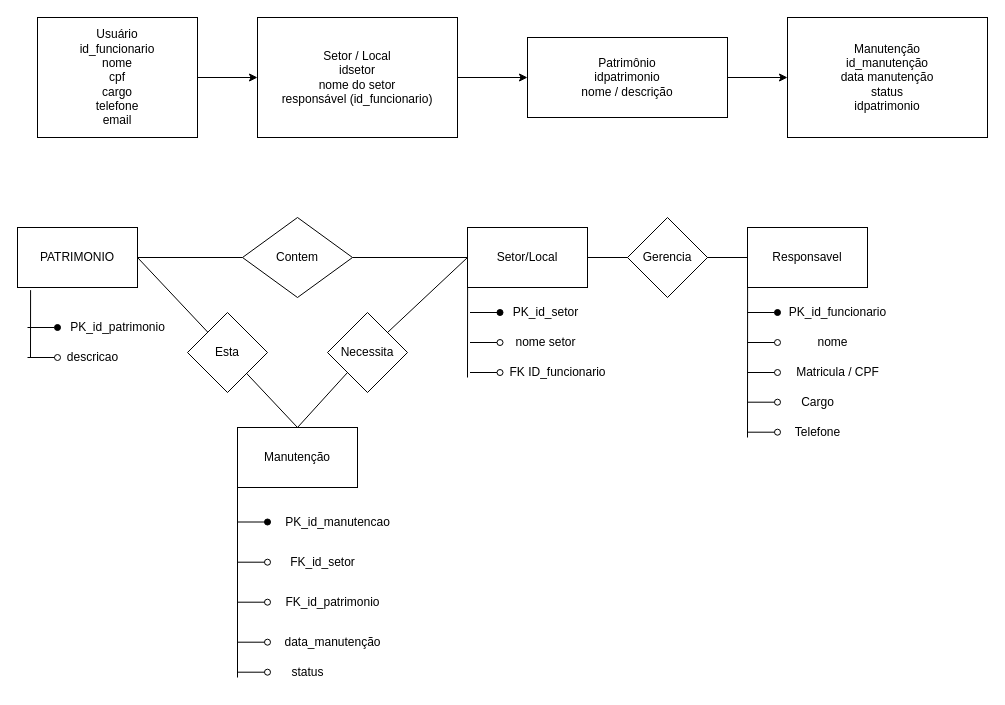
EduhReis/GerPatrimonio keeps this draw.io diagram as patrimonio.drawio. Above is the earlier version. Source tidied: cells renumbered, new cells numbered last; positions are measured from the earlier drawing's top-left corner, leaving out a move shared by most shapes. Both pictures are drawn from the tidied source at 100%, with x=0, y=0 at pixel (17, 17).
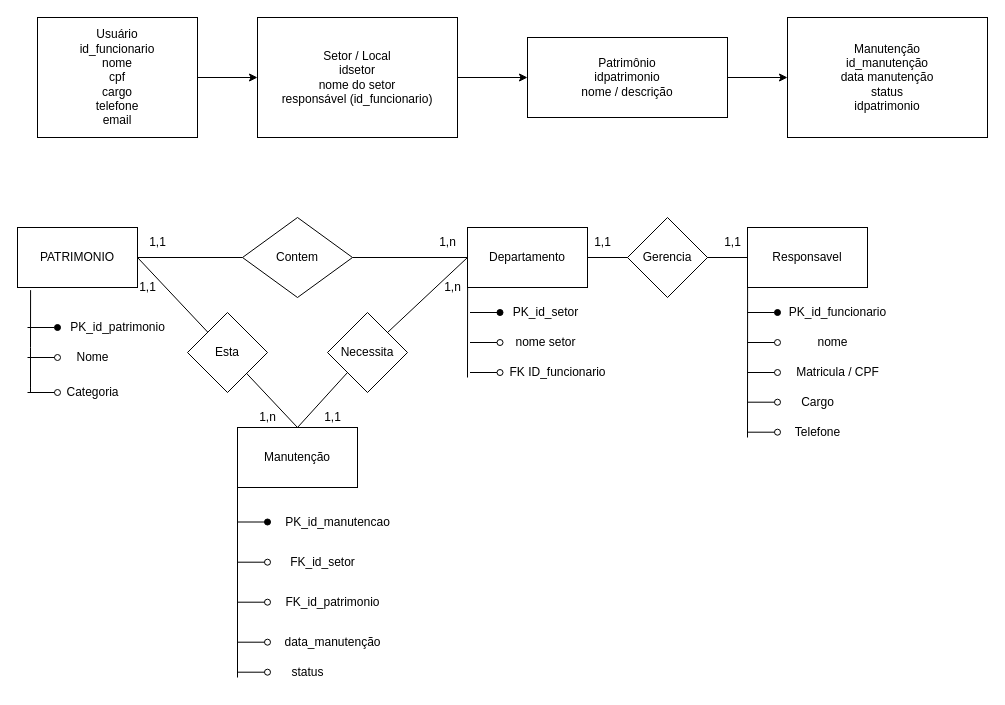
After the change.

The change refers to these unchanged cells:
```xml
<mxCell id="23" value="PATRIMONIO" style="rounded=0;whiteSpace=wrap;html=1;" parent="1" vertex="1">
  <mxGeometry y="210" width="120" height="60" as="geometry" />
</mxCell>
```

The edit, as a diff of the source:
```diff
@@
-    <mxCell id="9" value="Setor/Local" style="rounded=0;whiteSpace=wrap;html=1;" parent="1" vertex="1">
+    <mxCell id="9" value="Departamento" style="rounded=0;whiteSpace=wrap;html=1;" parent="1" vertex="1">
       <mxGeometry x="450" y="210" width="120" height="60" as="geometry" />
     </mxCell>
@@
     <mxCell id="24" style="endArrow=none;html=1;entryX=0.109;entryY=1.044;entryDx=0;entryDy=0;entryPerimeter=0;" parent="1" edge="1" target="23">
       <mxGeometry relative="1" as="geometry">
         <mxPoint x="13" y="340" as="sourcePoint" />
+        <Array as="points">
+          <mxPoint x="13" y="380" />
+          <mxPoint x="13" y="340" />
+        </Array>
       </mxGeometry>
     </mxCell>
@@
-    <mxCell id="27" value="descricao" style="text;html=1;align=center;verticalAlign=middle;strokeColor=none;fillColor=none;" parent="1" vertex="1">
-      <mxGeometry x="40" y="325" width="70" height="30" as="geometry" />
+    <mxCell id="27" value="Nome" style="text;html=1;align=center;verticalAlign=middle;strokeColor=none;fillColor=none;" parent="1" vertex="1">
+      <mxGeometry x="45" y="325" width="60" height="30" as="geometry" />
     </mxCell>
@@
+    <mxCell id="57" value="Categoria" style="text;html=1;align=center;verticalAlign=middle;strokeColor=none;fillColor=none;" parent="1" vertex="1">
+      <mxGeometry x="35" y="360" width="80" height="30" as="geometry" />
+    </mxCell>
+    <mxCell id="58" style="endArrow=none;html=1;startArrow=oval;startFill=0;" parent="1" edge="1">
+      <mxGeometry relative="1" as="geometry">
+        <mxPoint x="40" y="375" as="sourcePoint" />
+        <mxPoint x="10" y="375" as="targetPoint" />
+      </mxGeometry>
+    </mxCell>
+    <mxCell id="59" value="1,1" style="text;html=1;align=center;verticalAlign=middle;strokeColor=none;fillColor=none;" parent="1" vertex="1">
+      <mxGeometry x="120" y="210" width="40" height="30" as="geometry" />
+    </mxCell>
+    <mxCell id="60" value="1,n" style="text;html=1;align=center;verticalAlign=middle;strokeColor=none;fillColor=none;" parent="1" vertex="1">
+      <mxGeometry x="410" y="210" width="40" height="30" as="geometry" />
+    </mxCell>
+    <mxCell id="61" value="1,1&lt;br&gt;" style="text;html=1;align=center;verticalAlign=middle;strokeColor=none;fillColor=none;" parent="1" vertex="1">
+      <mxGeometry x="110" y="255" width="40" height="30" as="geometry" />
+    </mxCell>
+    <mxCell id="62" value="1,n" style="text;html=1;align=center;verticalAlign=middle;strokeColor=none;fillColor=none;" parent="1" vertex="1">
+      <mxGeometry x="230" y="385" width="40" height="30" as="geometry" />
+    </mxCell>
+    <mxCell id="63" value="1,n" style="text;html=1;align=center;verticalAlign=middle;strokeColor=none;fillColor=none;" parent="1" vertex="1">
+      <mxGeometry x="415" y="255" width="40" height="30" as="geometry" />
+    </mxCell>
+    <mxCell id="64" value="1,1" style="text;html=1;align=center;verticalAlign=middle;strokeColor=none;fillColor=none;" parent="1" vertex="1">
+      <mxGeometry x="295" y="385" width="40" height="30" as="geometry" />
+    </mxCell>
+    <mxCell id="65" value="1,1" style="text;html=1;align=center;verticalAlign=middle;strokeColor=none;fillColor=none;" parent="1" vertex="1">
+      <mxGeometry x="565" y="210" width="40" height="30" as="geometry" />
+    </mxCell>
+    <mxCell id="66" value="1,1" style="text;html=1;align=center;verticalAlign=middle;strokeColor=none;fillColor=none;" parent="1" vertex="1">
+      <mxGeometry x="695" y="210" width="40" height="30" as="geometry" />
+    </mxCell>
```
